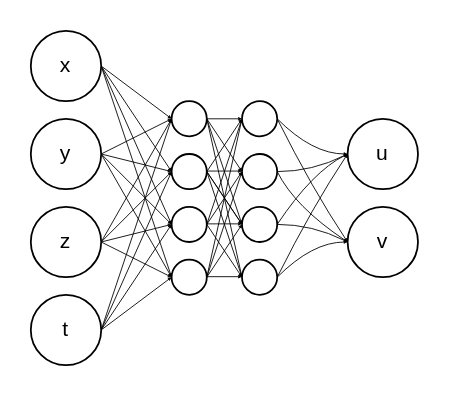
This is PINNs/Diagramme sans nom.drawio from vitaldenodrest/greenwich-public, a draw.io file, before an edit. Source tidied: cells renumbered, new cells numbered last; positions are measured from the earlier drawing's top-left corner, leaving out a move shared by most shapes. Both pictures are drawn from the tidied source at 176%, with x=0, y=0 at pixel (30, 30).
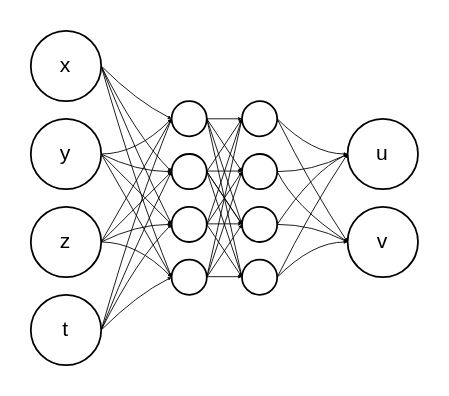
After the change.

Commit message:
Mettre à jour Diagramme sans nom.drawio : bezier curves

The change refers to these unchanged cells:
```xml
<mxCell id="6" value="x" style="ellipse;whiteSpace=wrap;html=1;" parent="1" vertex="1">
  <mxGeometry width="40" height="40" as="geometry" />
</mxCell>
<mxCell id="11" value="y" style="ellipse;whiteSpace=wrap;html=1;" parent="1" vertex="1">
  <mxGeometry y="50" width="40" height="40" as="geometry" />
</mxCell>
<mxCell id="16" value="z" style="ellipse;whiteSpace=wrap;html=1;" parent="1" vertex="1">
  <mxGeometry y="100" width="40" height="40" as="geometry" />
</mxCell>
<mxCell id="21" value="t" style="ellipse;whiteSpace=wrap;html=1;" parent="1" vertex="1">
  <mxGeometry y="150" width="40" height="40" as="geometry" />
</mxCell>
<mxCell id="26" style="ellipse;whiteSpace=wrap;html=1;" parent="1" vertex="1">
  <mxGeometry x="80" y="70" width="20" height="20" as="geometry" />
</mxCell>
<mxCell id="30" style="ellipse;whiteSpace=wrap;html=1;" parent="1" vertex="1">
  <mxGeometry x="80" y="100" width="20" height="20" as="geometry" />
</mxCell>
<mxCell id="34" style="ellipse;whiteSpace=wrap;html=1;" parent="1" vertex="1">
  <mxGeometry x="80" y="130" width="20" height="20" as="geometry" />
</mxCell>
<mxCell id="39" style="ellipse;whiteSpace=wrap;html=1;" parent="1" vertex="1">
  <mxGeometry x="80" y="40" width="20" height="20" as="geometry" />
</mxCell>
```

Change to the diagram source:
```diff
@@
-    <mxCell id="2" style="rounded=0;jettySize=auto;html=1;exitX=1;exitY=0.5;exitDx=0;exitDy=0;entryX=0;entryY=0.5;entryDx=0;entryDy=0;strokeWidth=0.5;endSize=1;startSize=6;" parent="1" edge="1" source="6" target="39">
-      <mxGeometry relative="1" as="geometry" />
+    <mxCell id="2" style="rounded=0;jettySize=auto;html=1;exitX=1;exitY=0.5;exitDx=0;exitDy=0;entryX=0;entryY=0.5;entryDx=0;entryDy=0;strokeWidth=0.5;endSize=1;startSize=6;curved=1;" parent="1" edge="1" source="6" target="39">
+      <mxGeometry relative="1" as="geometry">
+        <Array as="points">
+          <mxPoint x="60" y="40" />
+        </Array>
+      </mxGeometry>
     </mxCell>
-    <mxCell id="3" style="rounded=0;jettySize=auto;html=1;exitX=1;exitY=0.5;exitDx=0;exitDy=0;entryX=0;entryY=0.5;entryDx=0;entryDy=0;strokeWidth=0.5;endSize=1;" parent="1" edge="1" source="6" target="26">
-      <mxGeometry relative="1" as="geometry" />
+    <mxCell id="3" style="rounded=0;jettySize=auto;html=1;exitX=1;exitY=0.5;exitDx=0;exitDy=0;entryX=0;entryY=0.5;entryDx=0;entryDy=0;strokeWidth=0.5;endSize=1;curved=1;" parent="1" edge="1" source="6" target="26">
+      <mxGeometry relative="1" as="geometry">
+        <Array as="points">
+          <mxPoint x="60" y="60" />
+        </Array>
+      </mxGeometry>
     </mxCell>
-    <mxCell id="4" style="rounded=0;jettySize=auto;html=1;exitX=1;exitY=0.5;exitDx=0;exitDy=0;entryX=0;entryY=0.5;entryDx=0;entryDy=0;strokeWidth=0.5;endSize=1;" parent="1" edge="1" source="6" target="30">
-      <mxGeometry relative="1" as="geometry" />
+    <mxCell id="4" style="rounded=0;jettySize=auto;html=1;exitX=1;exitY=0.5;exitDx=0;exitDy=0;entryX=0;entryY=0.5;entryDx=0;entryDy=0;strokeWidth=0.5;endSize=1;curved=1;" parent="1" edge="1" source="6" target="30">
+      <mxGeometry relative="1" as="geometry">
+        <Array as="points">
+          <mxPoint x="60" y="70" />
+        </Array>
+      </mxGeometry>
     </mxCell>
-    <mxCell id="5" style="rounded=0;jettySize=auto;html=1;exitX=1;exitY=0.5;exitDx=0;exitDy=0;entryX=0;entryY=0.5;entryDx=0;entryDy=0;strokeWidth=0.5;endSize=1;" parent="1" edge="1" source="6" target="34">
-      <mxGeometry relative="1" as="geometry" />
+    <mxCell id="5" style="rounded=0;jettySize=auto;html=1;exitX=1;exitY=0.5;exitDx=0;exitDy=0;entryX=0;entryY=0.5;entryDx=0;entryDy=0;strokeWidth=0.5;endSize=1;curved=1;" parent="1" edge="1" source="6" target="34">
+      <mxGeometry relative="1" as="geometry">
+        <Array as="points">
+          <mxPoint x="60" y="90" />
+        </Array>
+      </mxGeometry>
     </mxCell>
@@
-    <mxCell id="7" style="rounded=0;jettySize=auto;html=1;exitX=1;exitY=0.5;exitDx=0;exitDy=0;entryX=0;entryY=0.5;entryDx=0;entryDy=0;strokeWidth=0.5;endSize=1;" parent="1" edge="1" source="11" target="39">
-      <mxGeometry relative="1" as="geometry" />
+    <mxCell id="7" style="rounded=0;jettySize=auto;html=1;exitX=1;exitY=0.5;exitDx=0;exitDy=0;entryX=0;entryY=0.5;entryDx=0;entryDy=0;strokeWidth=0.5;endSize=1;curved=1;" parent="1" edge="1" source="11" target="39">
+      <mxGeometry relative="1" as="geometry">
+        <Array as="points">
+          <mxPoint x="60" y="70" />
+        </Array>
+      </mxGeometry>
     </mxCell>
-    <mxCell id="8" style="rounded=0;jettySize=auto;html=1;exitX=1;exitY=0.5;exitDx=0;exitDy=0;entryX=0;entryY=0.5;entryDx=0;entryDy=0;strokeWidth=0.5;endSize=1;" parent="1" edge="1" source="11" target="26">
-      <mxGeometry relative="1" as="geometry" />
+    <mxCell id="8" style="rounded=0;jettySize=auto;html=1;exitX=1;exitY=0.5;exitDx=0;exitDy=0;entryX=0;entryY=0.5;entryDx=0;entryDy=0;strokeWidth=0.5;endSize=1;curved=1;" parent="1" edge="1" source="11" target="26">
+      <mxGeometry relative="1" as="geometry">
+        <Array as="points">
+          <mxPoint x="60" y="80" />
+        </Array>
+      </mxGeometry>
     </mxCell>
@@
-    <mxCell id="14" style="rounded=0;jettySize=auto;html=1;exitX=1;exitY=0.5;exitDx=0;exitDy=0;entryX=0;entryY=0.5;entryDx=0;entryDy=0;strokeWidth=0.5;endSize=1;" parent="1" edge="1" source="16" target="30">
-      <mxGeometry relative="1" as="geometry" />
+    <mxCell id="14" style="rounded=0;jettySize=auto;html=1;exitX=1;exitY=0.5;exitDx=0;exitDy=0;entryX=0;entryY=0.5;entryDx=0;entryDy=0;strokeWidth=0.5;endSize=1;curved=1;" parent="1" edge="1" source="16" target="30">
+      <mxGeometry relative="1" as="geometry">
+        <Array as="points">
+          <mxPoint x="60" y="110" />
+        </Array>
+      </mxGeometry>
     </mxCell>
-    <mxCell id="15" style="rounded=0;jettySize=auto;html=1;exitX=1;exitY=0.5;exitDx=0;exitDy=0;entryX=0;entryY=0.5;entryDx=0;entryDy=0;strokeWidth=0.5;endSize=1;" parent="1" edge="1" source="16" target="34">
-      <mxGeometry relative="1" as="geometry" />
+    <mxCell id="15" style="rounded=0;jettySize=auto;html=1;exitX=1;exitY=0.5;exitDx=0;exitDy=0;entryX=0;entryY=0.5;entryDx=0;entryDy=0;strokeWidth=0.5;endSize=1;curved=1;" parent="1" edge="1" source="16" target="34">
+      <mxGeometry relative="1" as="geometry">
+        <Array as="points">
+          <mxPoint x="60" y="120" />
+        </Array>
+      </mxGeometry>
     </mxCell>
@@
-    <mxCell id="17" style="rounded=0;jettySize=auto;html=1;exitX=1;exitY=0.5;exitDx=0;exitDy=0;entryX=0;entryY=0.5;entryDx=0;entryDy=0;strokeWidth=0.5;endSize=1;" parent="1" edge="1" source="21" target="39">
-      <mxGeometry relative="1" as="geometry" />
+    <mxCell id="17" style="rounded=0;jettySize=auto;html=1;exitX=1;exitY=0.5;exitDx=0;exitDy=0;entryX=0;entryY=0.5;entryDx=0;entryDy=0;strokeWidth=0.5;endSize=1;curved=1;" parent="1" edge="1" source="21" target="39">
+      <mxGeometry relative="1" as="geometry">
+        <Array as="points">
+          <mxPoint x="60" y="100" />
+        </Array>
+      </mxGeometry>
     </mxCell>
-    <mxCell id="18" style="rounded=0;jettySize=auto;html=1;exitX=1;exitY=0.5;exitDx=0;exitDy=0;entryX=0;entryY=0.5;entryDx=0;entryDy=0;strokeWidth=0.5;endSize=1;" parent="1" edge="1" source="21" target="26">
-      <mxGeometry relative="1" as="geometry" />
+    <mxCell id="18" style="rounded=0;jettySize=auto;html=1;exitX=1;exitY=0.5;exitDx=0;exitDy=0;entryX=0;entryY=0.5;entryDx=0;entryDy=0;strokeWidth=0.5;endSize=1;curved=1;" parent="1" edge="1" source="21" target="26">
+      <mxGeometry relative="1" as="geometry">
+        <Array as="points">
+          <mxPoint x="60" y="120" />
+        </Array>
+      </mxGeometry>
     </mxCell>
-    <mxCell id="19" style="rounded=0;jettySize=auto;html=1;exitX=1;exitY=0.5;exitDx=0;exitDy=0;entryX=0;entryY=0.5;entryDx=0;entryDy=0;strokeWidth=0.5;endSize=1;" parent="1" edge="1" source="21" target="30">
-      <mxGeometry relative="1" as="geometry" />
+    <mxCell id="19" style="rounded=0;jettySize=auto;html=1;exitX=1;exitY=0.5;exitDx=0;exitDy=0;entryX=0;entryY=0.5;entryDx=0;entryDy=0;strokeWidth=0.5;endSize=1;curved=1;" parent="1" edge="1" source="21" target="30">
+      <mxGeometry relative="1" as="geometry">
+        <Array as="points">
+          <mxPoint x="60" y="130" />
+        </Array>
+      </mxGeometry>
     </mxCell>
-    <mxCell id="20" style="rounded=0;jettySize=auto;html=1;exitX=1;exitY=0.5;exitDx=0;exitDy=0;entryX=0;entryY=0.5;entryDx=0;entryDy=0;strokeWidth=0.5;endSize=1;" parent="1" edge="1" source="21" target="34">
-      <mxGeometry relative="1" as="geometry" />
+    <mxCell id="20" style="rounded=0;jettySize=auto;html=1;exitX=1;exitY=0.5;exitDx=0;exitDy=0;entryX=0;entryY=0.5;entryDx=0;entryDy=0;strokeWidth=0.5;endSize=1;curved=1;" parent="1" edge="1" source="21" target="34">
+      <mxGeometry relative="1" as="geometry">
+        <Array as="points">
+          <mxPoint x="60" y="150" />
+        </Array>
+      </mxGeometry>
     </mxCell>
```
